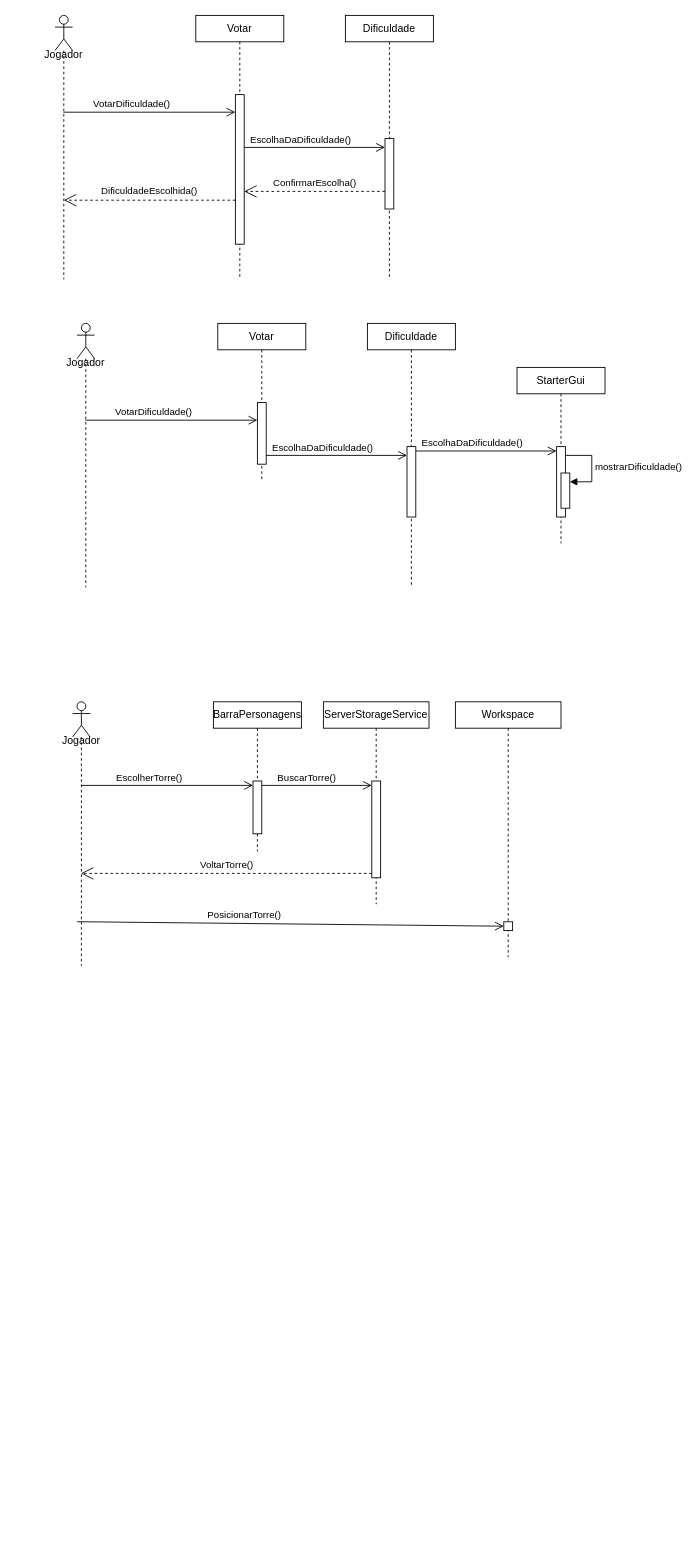
This is DiagramaDeSequênciaPlacementTower.drawio from DEV-0ne-Jao/Projeto-Integrador, a draw.io file, before an edit. Source tidied: cells renumbered, new cells numbered last; positions are measured from the earlier drawing's top-left corner, leaving out a move shared by most shapes. Both pictures are drawn from the tidied source at 88%, with x=0, y=0 at pixel (37, 15).
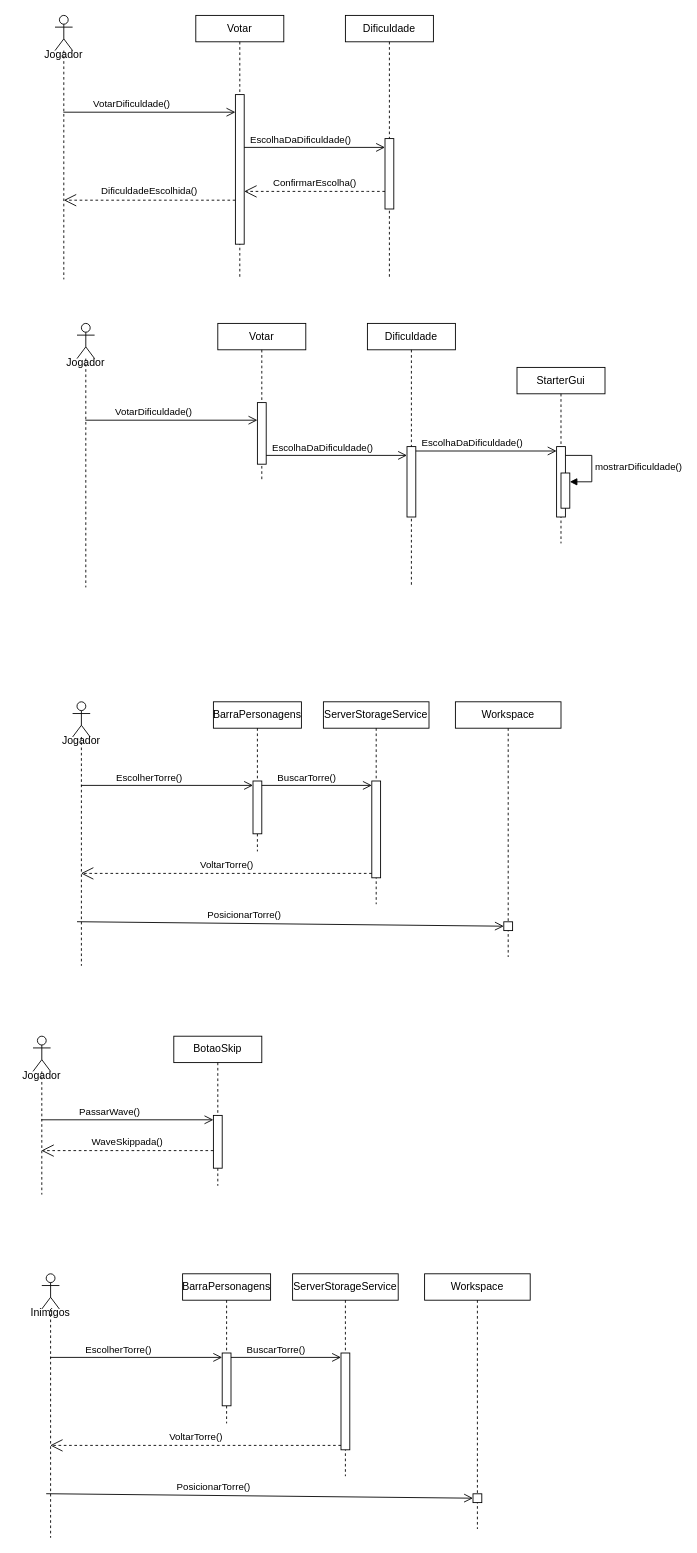
After the change.

Change to the diagram source:
```diff
@@
+    <mxCell id="45" style="shape=umlLifeline;perimeter=lifelinePerimeter;whiteSpace=wrap;html=1;outlineConnect=0;portConstraint=eastwest;newEdgeStyle={&quot;curved&quot;:0,&quot;rounded&quot;:0};participant=umlActor;size=40;" parent="1" vertex="1">
+      <mxGeometry x="-5" y="1160" width="20" height="180" as="geometry" />
+    </mxCell>
@@
+    <mxCell id="46" value="BotaoSkip" style="shape=umlLifeline;perimeter=lifelinePerimeter;whiteSpace=wrap;html=1;newEdgeStyle={&quot;curved&quot;:0,&quot;rounded&quot;:0};size=30;" parent="1" vertex="1">
+      <mxGeometry x="155" y="1160" width="100" height="170" as="geometry" />
+    </mxCell>
+    <mxCell id="47" style="html=1;points=[[0,0,0,0,5],[0,1,0,0,-5],[1,0,0,0,5],[1,1,0,0,-5]];perimeter=orthogonalPerimeter;outlineConnect=0;targetShapes=umlLifeline;portConstraint=eastwest;newEdgeStyle={&quot;curved&quot;:0,&quot;rounded&quot;:0};" parent="46" vertex="1">
+      <mxGeometry x="45" y="90" width="10" height="60" as="geometry" />
+    </mxCell>
@@
+    <mxCell id="48" style="endArrow=open;startArrow=none;endFill=0;startFill=0;endSize=8;html=1;verticalAlign=bottom;labelBackgroundColor=none;strokeWidth=1;rounded=0;entryX=0;entryY=0;entryDx=0;entryDy=5;entryPerimeter=0;" parent="1" edge="1" source="45" target="47">
+      <mxGeometry relative="1" as="geometry" />
+    </mxCell>
+    <mxCell id="49" value="PassarWave()" style="edgeLabel;html=1;align=center;verticalAlign=middle;" parent="48" vertex="1">
+      <mxGeometry x="-0.22" relative="1" as="geometry">
+        <mxPoint x="1" y="-10" as="offset" />
+      </mxGeometry>
+    </mxCell>
+    <mxCell id="50" value="Jogador" style="text;html=1;whiteSpace=wrap;strokeColor=none;fillColor=none;align=center;verticalAlign=middle;rounded=0;" parent="1" vertex="1">
+      <mxGeometry x="-25" y="1190" width="60" height="30" as="geometry" />
+    </mxCell>
+    <mxCell id="51" value="WaveSkippada()" style="endArrow=open;endSize=12;dashed=1;html=1;rounded=0;" parent="1" edge="1" source="47">
+      <mxGeometry y="-10" relative="1" as="geometry">
+        <mxPoint x="4.5" y="1290" as="targetPoint" />
+      </mxGeometry>
+    </mxCell>
+    <mxCell id="52" style="shape=umlLifeline;perimeter=lifelinePerimeter;whiteSpace=wrap;html=1;outlineConnect=0;portConstraint=eastwest;newEdgeStyle={&quot;curved&quot;:0,&quot;rounded&quot;:0};participant=umlActor;size=40;" parent="1" vertex="1">
+      <mxGeometry x="5" y="1430" width="20" height="300" as="geometry" />
+    </mxCell>
+    <mxCell id="53" value="BarraPersonagens" style="shape=umlLifeline;perimeter=lifelinePerimeter;whiteSpace=wrap;html=1;newEdgeStyle={&quot;curved&quot;:0,&quot;rounded&quot;:0};size=30;" parent="1" vertex="1">
+      <mxGeometry x="165" y="1430" width="100" height="170" as="geometry" />
+    </mxCell>
+    <mxCell id="54" style="html=1;points=[[0,0,0,0,5],[0,1,0,0,-5],[1,0,0,0,5],[1,1,0,0,-5]];perimeter=orthogonalPerimeter;outlineConnect=0;targetShapes=umlLifeline;portConstraint=eastwest;newEdgeStyle={&quot;curved&quot;:0,&quot;rounded&quot;:0};" parent="53" vertex="1">
+      <mxGeometry x="45" y="90" width="10" height="60" as="geometry" />
+    </mxCell>
+    <mxCell id="55" value="ServerStorageService" style="shape=umlLifeline;perimeter=lifelinePerimeter;whiteSpace=wrap;html=1;newEdgeStyle={&quot;curved&quot;:0,&quot;rounded&quot;:0};size=30;" parent="1" vertex="1">
+      <mxGeometry x="290" y="1430" width="120" height="230" as="geometry" />
+    </mxCell>
+    <mxCell id="56" style="html=1;points=[[0,0,0,0,5],[0,1,0,0,-5],[1,0,0,0,5],[1,1,0,0,-5]];perimeter=orthogonalPerimeter;outlineConnect=0;targetShapes=umlLifeline;portConstraint=eastwest;newEdgeStyle={&quot;curved&quot;:0,&quot;rounded&quot;:0};" parent="55" vertex="1">
+      <mxGeometry x="55" y="90" width="10" height="110" as="geometry" />
+    </mxCell>
+    <mxCell id="57" style="endArrow=open;startArrow=none;endFill=0;startFill=0;endSize=8;html=1;verticalAlign=bottom;labelBackgroundColor=none;strokeWidth=1;rounded=0;entryX=0;entryY=0;entryDx=0;entryDy=5;entryPerimeter=0;" parent="1" edge="1" source="52" target="54">
+      <mxGeometry relative="1" as="geometry" />
+    </mxCell>
+    <mxCell id="58" value="EscolherTorre()" style="edgeLabel;html=1;align=center;verticalAlign=middle;" parent="57" vertex="1">
+      <mxGeometry x="-0.22" relative="1" as="geometry">
+        <mxPoint x="1" y="-10" as="offset" />
+      </mxGeometry>
+    </mxCell>
+    <mxCell id="59" value="Inimigos" style="text;html=1;whiteSpace=wrap;strokeColor=none;fillColor=none;align=center;verticalAlign=middle;rounded=0;" parent="1" vertex="1">
+      <mxGeometry x="-15" y="1460" width="60" height="30" as="geometry" />
+    </mxCell>
+    <mxCell id="60" style="endArrow=open;startArrow=none;endFill=0;startFill=0;endSize=8;html=1;verticalAlign=bottom;labelBackgroundColor=none;strokeWidth=1;rounded=0;entryX=0;entryY=0;entryDx=0;entryDy=5;entryPerimeter=0;exitX=1;exitY=0;exitDx=0;exitDy=5;exitPerimeter=0;" parent="1" edge="1" source="54" target="56">
+      <mxGeometry relative="1" as="geometry" />
+    </mxCell>
+    <mxCell id="61" value="BuscarTorre()" style="edgeLabel;html=1;align=center;verticalAlign=middle;" parent="60" vertex="1">
+      <mxGeometry x="-0.22" relative="1" as="geometry">
+        <mxPoint x="1" y="-10" as="offset" />
+      </mxGeometry>
+    </mxCell>
+    <mxCell id="62" value="VoltarTorre()" style="endArrow=open;endSize=12;dashed=1;html=1;rounded=0;exitX=0;exitY=1;exitDx=0;exitDy=-5;exitPerimeter=0;" parent="1" edge="1" source="56" target="52">
+      <mxGeometry y="-10" relative="1" as="geometry" />
+    </mxCell>
+    <mxCell id="63" style="endArrow=open;startArrow=none;endFill=0;startFill=0;endSize=8;html=1;verticalAlign=bottom;labelBackgroundColor=none;strokeWidth=1;rounded=0;exitX=0.25;exitY=0.833;exitDx=0;exitDy=0;exitPerimeter=0;entryX=0;entryY=1;entryDx=0;entryDy=-5;entryPerimeter=0;" parent="1" edge="1" source="52" target="66">
+      <mxGeometry relative="1" as="geometry" />
+    </mxCell>
+    <mxCell id="64" value="PosicionarTorre()" style="edgeLabel;html=1;align=center;verticalAlign=middle;" parent="63" vertex="1">
+      <mxGeometry x="-0.22" relative="1" as="geometry">
+        <mxPoint x="1" y="-10" as="offset" />
+      </mxGeometry>
+    </mxCell>
+    <mxCell id="65" value="Workspace" style="shape=umlLifeline;perimeter=lifelinePerimeter;whiteSpace=wrap;html=1;newEdgeStyle={&quot;curved&quot;:0,&quot;rounded&quot;:0};size=30;" parent="1" vertex="1">
+      <mxGeometry x="440" y="1430" width="120" height="290" as="geometry" />
+    </mxCell>
+    <mxCell id="66" style="html=1;points=[[0,0,0,0,5],[0,1,0,0,-5],[1,0,0,0,5],[1,1,0,0,-5]];perimeter=orthogonalPerimeter;outlineConnect=0;targetShapes=umlLifeline;portConstraint=eastwest;newEdgeStyle={&quot;curved&quot;:0,&quot;rounded&quot;:0};" parent="65" vertex="1">
+      <mxGeometry x="55" y="250" width="10" height="10" as="geometry" />
+    </mxCell>
```
